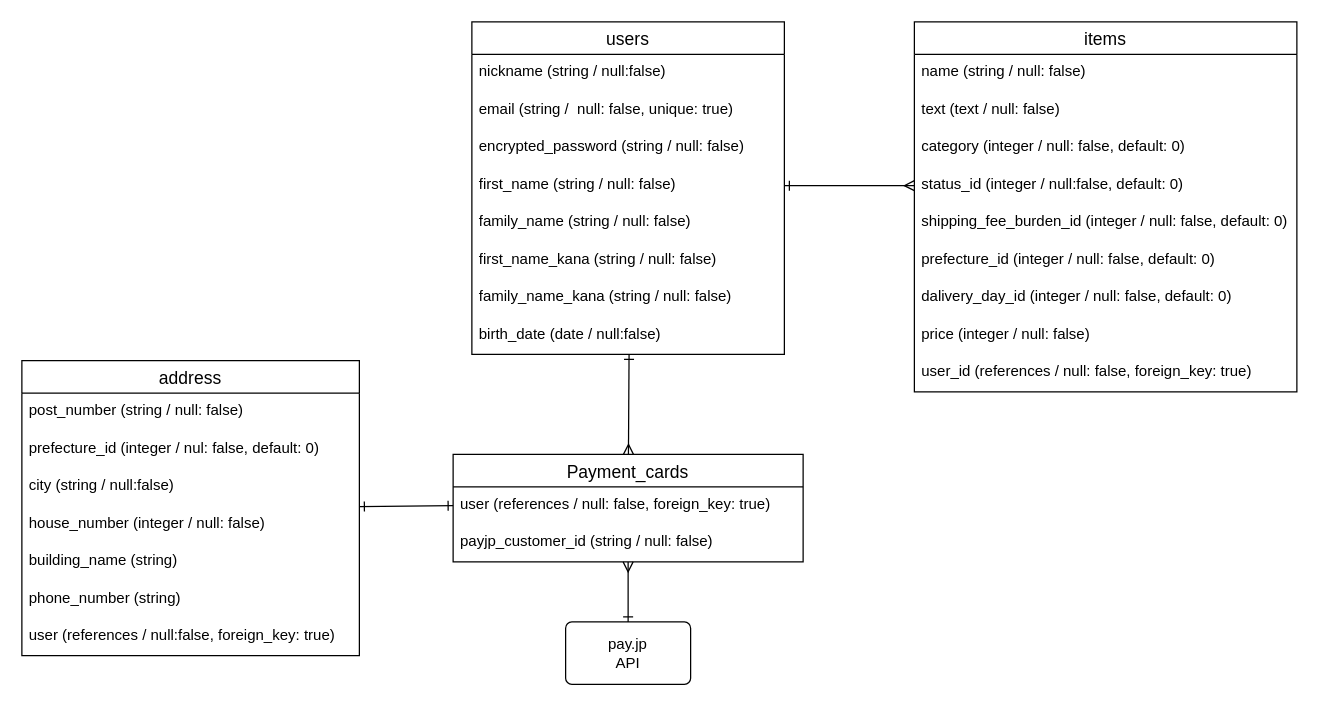
kt100sec/furima-36348 keeps this draw.io diagram as test.dio. Above is the earlier version. Source tidied: cells renumbered, new cells numbered last; positions are measured from the earlier drawing's top-left corner, leaving out a move shared by most shapes. Both pictures are drawn from the tidied source at 125%, with x=0, y=0 at pixel (21, 21).
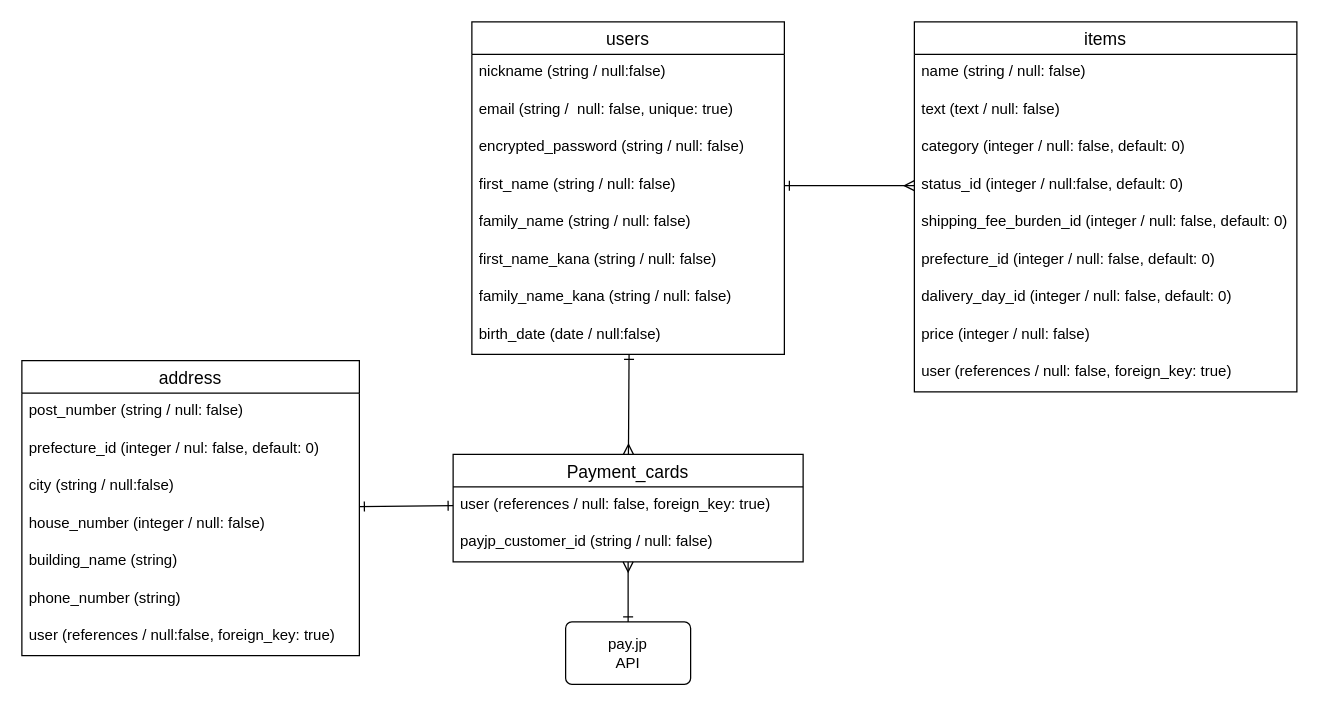
Above is the later version.

Commit message:
電話番号の入力必須にするための制約を記述

Unchanged cells that the change refers to:
```xml
<mxCell id="12" value="items" style="swimlane;fontStyle=0;horizontal=1;startSize=26;align=center;fontSize=14;" parent="1" vertex="1">
  <mxGeometry x="714" width="306" height="296" as="geometry" />
</mxCell>
```

The edit, as a diff of the source:
```diff
@@
-    <mxCell id="21" value="user_id (references / null: false, foreign_key: true)" style="text;strokeColor=none;fillColor=none;spacingLeft=4;spacingRight=4;overflow=hidden;fontSize=12;" parent="12" vertex="1">
+    <mxCell id="21" value="user (references / null: false, foreign_key: true)" style="text;strokeColor=none;fillColor=none;spacingLeft=4;spacingRight=4;overflow=hidden;fontSize=12;" parent="12" vertex="1">
       <mxGeometry y="266" width="306" height="30" as="geometry" />
     </mxCell>
```
